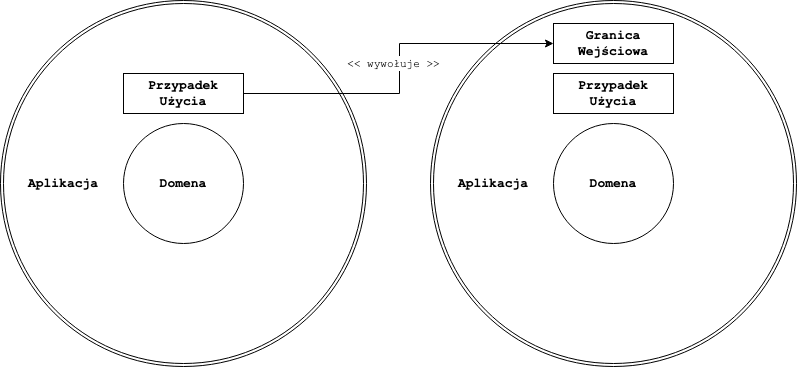
The draw.io diagram diagrams/9_1_modularity.drawio.png in Enforcer/implementing-the-clean-architecture, before a commit. Source tidied: cells renumbered, new cells last; positions are measured from the earlier drawing's top-left corner, leaving out a move shared by most shapes.
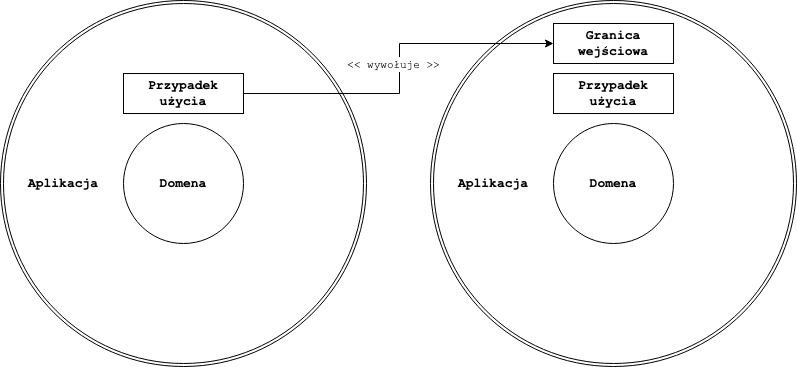
After the commit.

What changed in the source:
```diff
@@ -33,13 +33,13 @@
         <mxPoint x="-14" y="20" as="offset" />
       </mxGeometry>
     </mxCell>
-    <mxCell id="10" value="&lt;font style=&quot;font-size: 13px&quot; face=&quot;Courier New&quot;&gt;&lt;b&gt;Przypadek Użycia&lt;br&gt;&lt;/b&gt;&lt;/font&gt;" style="rounded=0;whiteSpace=wrap;html=1;fontStyle=0;" parent="1" vertex="1">
+    <mxCell id="10" value="&lt;font style=&quot;font-size: 13px&quot; face=&quot;Courier New&quot;&gt;&lt;b&gt;Przypadek użycia&lt;br&gt;&lt;/b&gt;&lt;/font&gt;" style="rounded=0;whiteSpace=wrap;html=1;fontStyle=0;" parent="1" vertex="1">
       <mxGeometry x="123" y="73" width="120" height="40" as="geometry" />
     </mxCell>
-    <mxCell id="11" value="&lt;font style=&quot;font-size: 13px&quot; face=&quot;Courier New&quot;&gt;&lt;b&gt;Przypadek Użycia&lt;br&gt;&lt;/b&gt;&lt;/font&gt;" style="rounded=0;whiteSpace=wrap;html=1;fontStyle=0;" parent="1" vertex="1">
+    <mxCell id="11" value="&lt;font style=&quot;font-size: 13px&quot; face=&quot;Courier New&quot;&gt;&lt;b&gt;Przypadek użycia&lt;br&gt;&lt;/b&gt;&lt;/font&gt;" style="rounded=0;whiteSpace=wrap;html=1;fontStyle=0;" parent="1" vertex="1">
       <mxGeometry x="553" y="73" width="120" height="40" as="geometry" />
     </mxCell>
-    <mxCell id="12" value="&lt;span&gt;&lt;font style=&quot;font-size: 13px&quot; face=&quot;Courier New&quot;&gt;Granica Wejściowa&lt;br&gt;&lt;/font&gt;&lt;/span&gt;" style="rounded=0;whiteSpace=wrap;html=1;fontStyle=1;" parent="1" vertex="1">
+    <mxCell id="12" value="&lt;span&gt;&lt;font style=&quot;font-size: 13px&quot; face=&quot;Courier New&quot;&gt;Granica wejściowa&lt;br&gt;&lt;/font&gt;&lt;/span&gt;" style="rounded=0;whiteSpace=wrap;html=1;fontStyle=1;" parent="1" vertex="1">
       <mxGeometry x="553" y="23" width="120" height="40" as="geometry" />
     </mxCell>
     <mxCell id="13" value="&lt;font style=&quot;font-size: 13px&quot; face=&quot;Courier New&quot;&gt;&lt;b&gt;Aplikacja&lt;/b&gt;&lt;/font&gt;" style="text;html=1;strokeColor=none;fillColor=none;align=center;verticalAlign=middle;whiteSpace=wrap;rounded=0;" parent="1" vertex="1">
```
